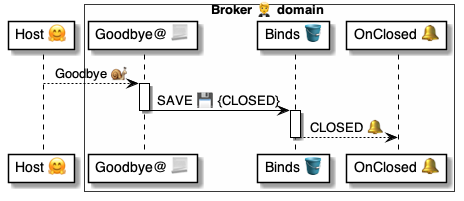
pollyweb-org/pollyweb-docs keeps this PlantUML diagram as 4 ⚙️ Solution/20 🧑‍🦰 UI/Brokers 🤵/🤵🪣 Broker tables/Chats 💬 table/🪣🔔 8 Closed/🤵 OnChatClosed ⚙️ uml.png. Above is the earlier version. Its source is kept beside it as 4 ⚙️ Solution/20 🧑‍🦰 UI/Brokers 🤵/🤵🪣 Broker tables/Chats 💬 table/🪣🔔 8 Closed/🤵 OnChatClosed ⚙️ uml.puml. The source it was exported from:
```plantuml
@startuml OnChatClosed

participant "Host 🤗" as host

box Broker 🤵 domain #FFFFFA
    participant "Goodbye@ 📃" as script
    participant "Binds 🪣" as binds
    participant "OnClosed 🔔" as handler
end box


host --> script: Goodbye 🐌

activate script
    script -> binds: SAVE 💾 {CLOSED}
deactivate script

activate binds
    binds --> handler: CLOSED 🔔
deactivate binds


@enduml
```
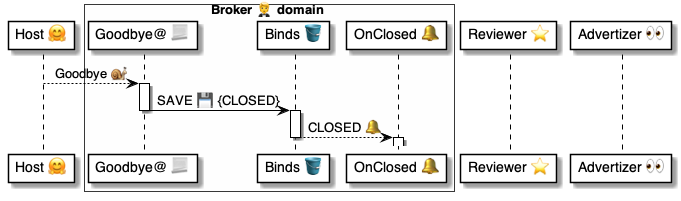
Later version of the same file.

Change to the diagram source:
```diff
@@ -7,6 +7,9 @@
     participant "Binds 🪣" as binds
     participant "OnClosed 🔔" as handler
 end box
+
+participant "Reviewer ⭐" as reviewer
+participant "Advertizer 👀" as ads
 
 
 host --> script: Goodbye 🐌
@@ -19,5 +22,7 @@
     binds --> handler: CLOSED 🔔
 deactivate binds
 
+activate handler
+deactivate handler
 
 @enduml
```
